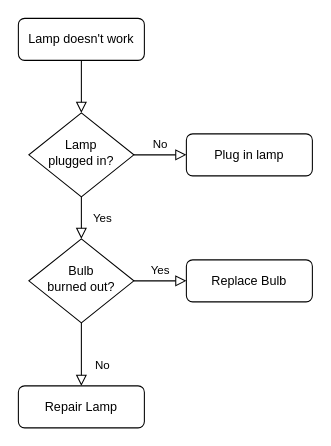
This is imgs/未命名绘图.drawio from zhangmasato/birthday, a draw.io file, before an edit. Source tidied: cells renumbered, new cells numbered last; positions are measured from the earlier drawing's top-left corner, leaving out a move shared by most shapes. Both pictures are drawn from the tidied source at 105%, with x=0, y=0 at pixel (18, 18).
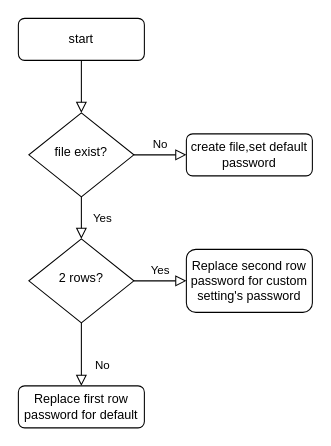
After the change.

What changed in the source:
```diff
@@
 <mxGraphModel>
   <root>
     <mxCell id="0" />
     <mxCell id="1" parent="0" />
     <mxCell id="2" style="rounded=0;html=1;jettySize=auto;fontSize=11;endArrow=block;endFill=0;endSize=8;strokeWidth=1;shadow=0;labelBackgroundColor=none;edgeStyle=orthogonalEdgeStyle;" parent="1" edge="1" source="3" target="6">
       <mxGeometry relative="1" as="geometry" />
     </mxCell>
-    <mxCell id="3" value="Lamp doesn't work" style="rounded=1;whiteSpace=wrap;html=1;fontSize=12;glass=0;strokeWidth=1;shadow=0;" parent="1" vertex="1">
+    <mxCell id="3" value="start" style="rounded=1;whiteSpace=wrap;html=1;fontSize=12;glass=0;strokeWidth=1;shadow=0;" parent="1" vertex="1">
       <mxGeometry width="120" height="40" as="geometry" />
     </mxCell>
     <mxCell id="4" value="Yes" style="rounded=0;html=1;jettySize=auto;fontSize=11;endArrow=block;endFill=0;endSize=8;strokeWidth=1;shadow=0;labelBackgroundColor=none;edgeStyle=orthogonalEdgeStyle;" parent="1" edge="1" source="6" target="10">
       <mxGeometry y="20" relative="1" as="geometry" />
     </mxCell>
     <mxCell id="5" value="No" style="edgeStyle=orthogonalEdgeStyle;rounded=0;html=1;jettySize=auto;fontSize=11;endArrow=block;endFill=0;endSize=8;strokeWidth=1;shadow=0;labelBackgroundColor=none;" parent="1" edge="1" source="6" target="7">
       <mxGeometry y="10" relative="1" as="geometry" />
     </mxCell>
-    <mxCell id="6" value="Lamp&lt;br&gt;plugged in?" style="rhombus;whiteSpace=wrap;html=1;shadow=0;fontFamily=Helvetica;fontSize=12;align=center;strokeWidth=1;spacing=6;spacingTop=-4;" parent="1" vertex="1">
+    <mxCell id="6" value="file exist?" style="rhombus;whiteSpace=wrap;html=1;shadow=0;fontFamily=Helvetica;fontSize=12;align=center;strokeWidth=1;spacing=6;spacingTop=-4;" parent="1" vertex="1">
       <mxGeometry x="10" y="90" width="100" height="80" as="geometry" />
     </mxCell>
-    <mxCell id="7" value="Plug in lamp" style="rounded=1;whiteSpace=wrap;html=1;fontSize=12;glass=0;strokeWidth=1;shadow=0;" parent="1" vertex="1">
+    <mxCell id="7" value="create file,set default password" style="rounded=1;whiteSpace=wrap;html=1;fontSize=12;glass=0;strokeWidth=1;shadow=0;" parent="1" vertex="1">
       <mxGeometry x="160" y="110" width="120" height="40" as="geometry" />
     </mxCell>
     <mxCell id="8" value="No" style="rounded=0;html=1;jettySize=auto;fontSize=11;endArrow=block;endFill=0;endSize=8;strokeWidth=1;shadow=0;labelBackgroundColor=none;edgeStyle=orthogonalEdgeStyle;" parent="1" edge="1" source="10" target="11">
       <mxGeometry x="0.33" y="20" relative="1" as="geometry" />
     </mxCell>
     <mxCell id="9" value="Yes" style="edgeStyle=orthogonalEdgeStyle;rounded=0;html=1;jettySize=auto;fontSize=11;endArrow=block;endFill=0;endSize=8;strokeWidth=1;shadow=0;labelBackgroundColor=none;" parent="1" edge="1" source="10" target="12">
       <mxGeometry y="10" relative="1" as="geometry" />
     </mxCell>
-    <mxCell id="10" value="Bulb&lt;br&gt;burned out?" style="rhombus;whiteSpace=wrap;html=1;shadow=0;fontFamily=Helvetica;fontSize=12;align=center;strokeWidth=1;spacing=6;spacingTop=-4;" parent="1" vertex="1">
+    <mxCell id="10" value="2 rows?" style="rhombus;whiteSpace=wrap;html=1;shadow=0;fontFamily=Helvetica;fontSize=12;align=center;strokeWidth=1;spacing=6;spacingTop=-4;" parent="1" vertex="1">
       <mxGeometry x="10" y="210" width="100" height="80" as="geometry" />
     </mxCell>
-    <mxCell id="11" value="Repair Lamp" style="rounded=1;whiteSpace=wrap;html=1;fontSize=12;glass=0;strokeWidth=1;shadow=0;" parent="1" vertex="1">
+    <mxCell id="11" value="Replace first row password for default" style="rounded=1;whiteSpace=wrap;html=1;fontSize=12;glass=0;strokeWidth=1;shadow=0;" parent="1" vertex="1">
       <mxGeometry y="350" width="120" height="40" as="geometry" />
     </mxCell>
-    <mxCell id="12" value="Replace Bulb" style="rounded=1;whiteSpace=wrap;html=1;fontSize=12;glass=0;strokeWidth=1;shadow=0;" parent="1" vertex="1">
-      <mxGeometry x="160" y="230" width="120" height="40" as="geometry" />
+    <mxCell id="12" value="Replace second row password for custom setting's password" style="rounded=1;whiteSpace=wrap;html=1;fontSize=12;glass=0;strokeWidth=1;shadow=0;" parent="1" vertex="1">
+      <mxGeometry x="160" y="220" width="120" height="60" as="geometry" />
     </mxCell>
   </root>
 </mxGraphModel>
```
